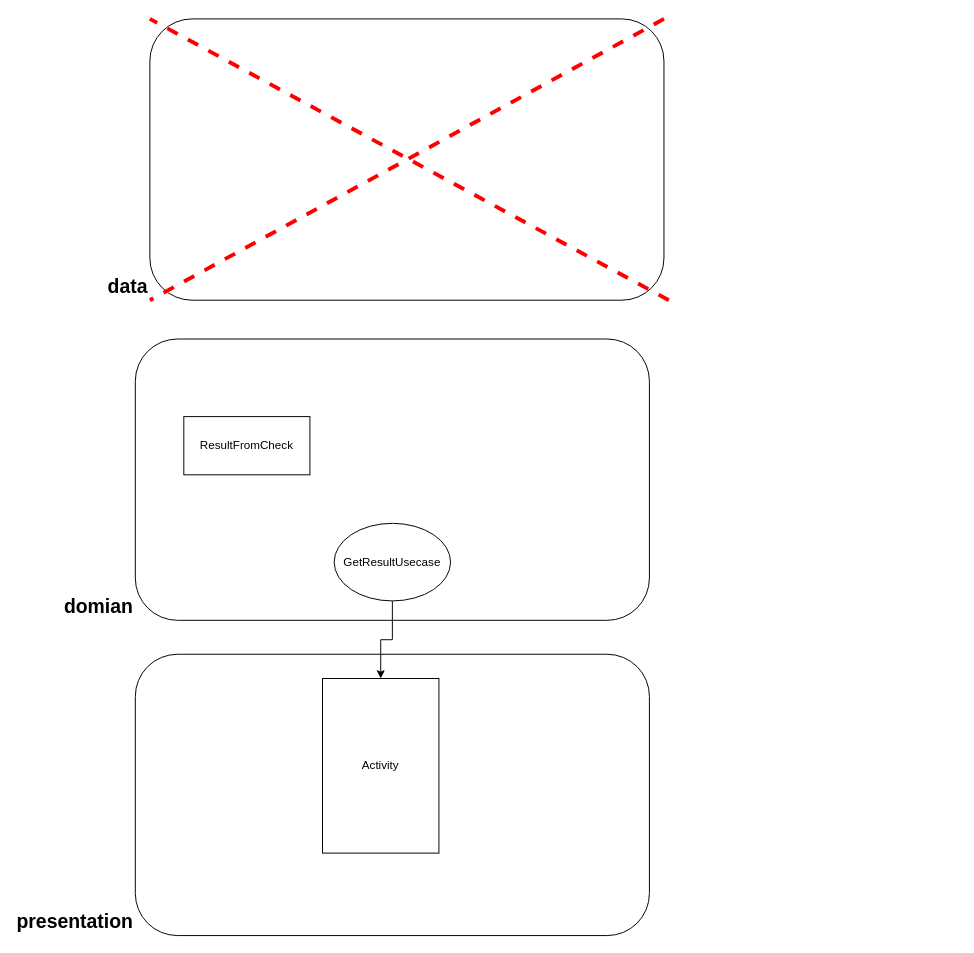
This is simple_numer.drawio from akhmetovdaniyar/simpleNumber, a draw.io file, before an edit. Source tidied: cells renumbered, new cells numbered last; positions are measured from the earlier drawing's top-left corner, leaving out a move shared by most shapes. Both pictures are drawn from the tidied source at 97%, with x=0, y=0 at pixel (135, 18).
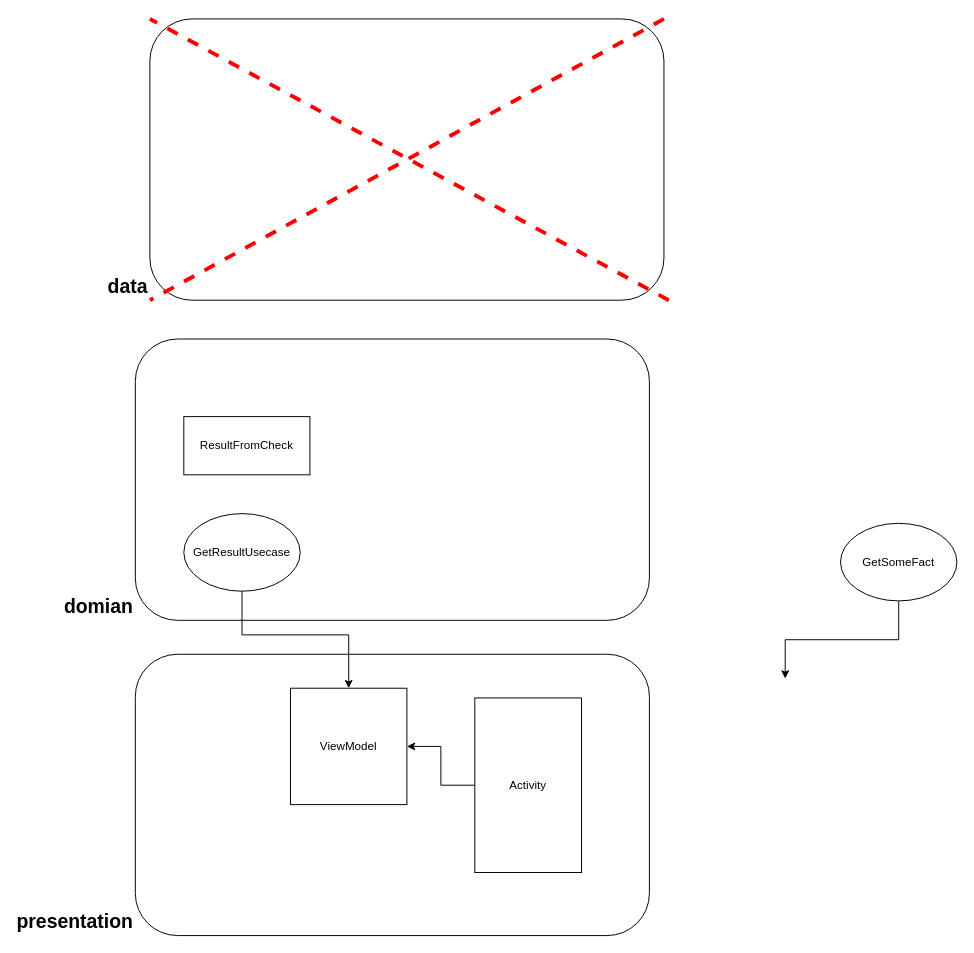
After the change.

Commit message (it also covers changes not shown here):
Add ViewModel for MainActivity

What changed in the source:
```diff
@@
 <mxGraphModel>
   <root>
     <mxCell id="0" />
     <mxCell id="1" parent="0" />
     <mxCell id="2" value="domian" style="rounded=1;whiteSpace=wrap;html=1;labelBackgroundColor=default;labelBorderColor=none;fontSize=20;fontColor=default;labelPosition=left;verticalLabelPosition=middle;align=right;verticalAlign=bottom;horizontal=1;fontStyle=1;" parent="1" vertex="1">
       <mxGeometry y="330" width="530" height="290" as="geometry" />
     </mxCell>
     <mxCell id="3" value="presentation" style="rounded=1;whiteSpace=wrap;html=1;labelBackgroundColor=default;labelBorderColor=none;fontSize=20;fontColor=default;labelPosition=left;verticalLabelPosition=middle;align=right;verticalAlign=bottom;horizontal=1;fontStyle=1;" parent="1" vertex="1">
       <mxGeometry y="655" width="530" height="290" as="geometry" />
     </mxCell>
-    <mxCell id="4" style="edgeStyle=orthogonalEdgeStyle;rounded=0;jettySize=auto;html=1;exitX=0.5;exitY=1;exitDx=0;exitDy=0;" parent="1" edge="1" source="5" target="6">
-      <mxGeometry relative="1" as="geometry" />
+    <mxCell id="4" style="edgeStyle=orthogonalEdgeStyle;rounded=0;jettySize=auto;html=1;exitX=0.5;exitY=1;exitDx=0;exitDy=0;" parent="1" edge="1" source="5" target="14">
+      <mxGeometry relative="1" as="geometry">
+        <Array as="points">
+          <mxPoint x="110" y="635" />
+          <mxPoint x="220" y="635" />
+        </Array>
+      </mxGeometry>
     </mxCell>
     <mxCell id="5" value="GetResultUsecase" style="ellipse;whiteSpace=wrap;html=1;" parent="1" vertex="1">
-      <mxGeometry x="205" y="520" width="120" height="80" as="geometry" />
+      <mxGeometry x="50" y="510" width="120" height="80" as="geometry" />
     </mxCell>
+    <mxCell id="11" style="edgeStyle=orthogonalEdgeStyle;rounded=0;jettySize=auto;html=1;" parent="1" edge="1" source="6" target="14">
+      <mxGeometry relative="1" as="geometry" />
+    </mxCell>
     <mxCell id="6" value="Activity" style="rounded=0;whiteSpace=wrap;html=1;fontStyle=0;" parent="1" vertex="1">
-      <mxGeometry x="193" y="680" width="120" height="180" as="geometry" />
+      <mxGeometry x="350" y="700" width="110" height="180" as="geometry" />
     </mxCell>
     <mxCell id="7" value="data" style="rounded=1;whiteSpace=wrap;html=1;labelBackgroundColor=default;labelBorderColor=none;fontSize=20;fontColor=default;labelPosition=left;verticalLabelPosition=middle;align=right;verticalAlign=bottom;horizontal=1;fontStyle=1;strokeWidth=1;" parent="1" vertex="1">
       <mxGeometry x="15" width="530" height="290" as="geometry" />
     </mxCell>
     <mxCell id="8" value="ResultFromCheck" style="rounded=0;whiteSpace=wrap;html=1;" parent="1" vertex="1">
       <mxGeometry x="50" y="410" width="130" height="60" as="geometry" />
     </mxCell>
     <mxCell id="9" style="endArrow=none;dashed=1;html=1;rounded=0;entryX=0;entryY=0;entryDx=0;entryDy=0;fillColor=#e51400;strokeColor=#FF0000;strokeWidth=4;" parent="1" edge="1" target="7">
       <mxGeometry relative="1" as="geometry">
         <mxPoint x="550" y="290" as="sourcePoint" />
       </mxGeometry>
     </mxCell>
     <mxCell id="10" style="endArrow=none;dashed=1;html=1;rounded=0;entryX=0;entryY=1;entryDx=0;entryDy=0;fillColor=#e51400;strokeColor=#FF0000;strokeWidth=4;exitX=1;exitY=0;exitDx=0;exitDy=0;" parent="1" edge="1" source="7" target="7">
       <mxGeometry relative="1" as="geometry" />
     </mxCell>
+    <mxCell id="12" style="edgeStyle=orthogonalEdgeStyle;rounded=0;jettySize=auto;html=1;entryX=0.75;entryY=0;entryDx=0;entryDy=0;" parent="1" edge="1" source="13">
+      <mxGeometry relative="1" as="geometry">
+        <mxPoint x="670" y="680" as="targetPoint" />
+        <Array as="points">
+          <mxPoint x="787" y="640" />
+          <mxPoint x="670" y="640" />
+        </Array>
+      </mxGeometry>
+    </mxCell>
+    <mxCell id="13" value="GetSomeFact" style="ellipse;whiteSpace=wrap;html=1;" parent="1" vertex="1">
+      <mxGeometry x="727" y="520" width="120" height="80" as="geometry" />
+    </mxCell>
+    <mxCell id="14" value="ViewModel" style="whiteSpace=wrap;html=1;" parent="1" vertex="1">
+      <mxGeometry x="160" y="690" width="120" height="120" as="geometry" />
+    </mxCell>
   </root>
 </mxGraphModel>
```
